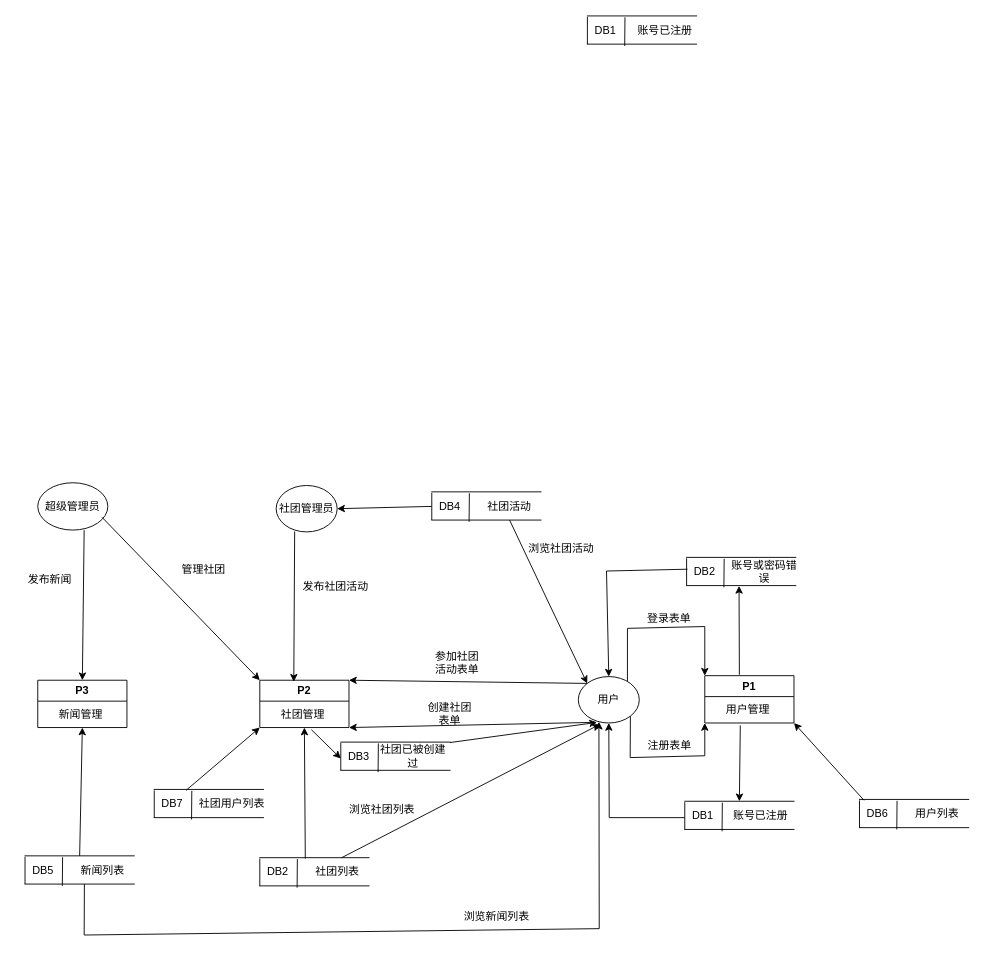
Above: images/学生社团-数据流程图.drawio in biienu/draw-io (draw.io), before the change. Source tidied: cells renumbered, new cells numbered last; positions are measured from the earlier drawing's top-left corner, leaving out a move shared by most shapes. Both pictures are drawn from the tidied source at 91%, with x=0, y=0 at pixel (15, 15).
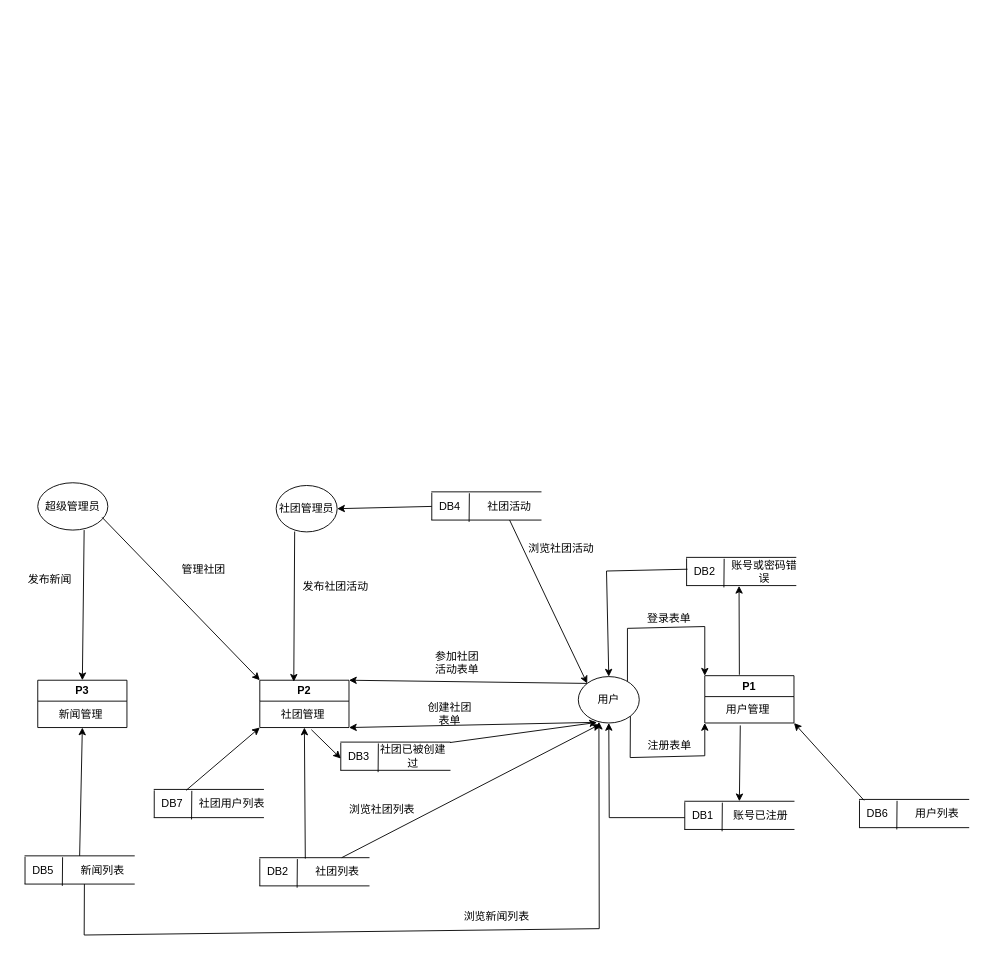
The same page after the edit.

Commit message:
更新学生社团-数据流程图.drawio

What changed in the source:
```diff
@@
-    <mxCell id="12" style="shape=partialRectangle;whiteSpace=wrap;html=1;left=0;right=0;fillColor=none;" parent="1" vertex="1">
-      <mxGeometry x="628" width="120" height="31" as="geometry" />
-    </mxCell>
-    <mxCell id="13" style="endArrow=none;html=1;rounded=0;exitX=0;exitY=1;exitDx=0;exitDy=0;" parent="1" edge="1" source="12">
-      <mxGeometry relative="1" as="geometry">
-        <mxPoint x="628" y="1" as="targetPoint" />
-      </mxGeometry>
-    </mxCell>
-    <mxCell id="14" style="endArrow=none;html=1;rounded=0;entryX=0.344;entryY=0.05;entryDx=0;entryDy=0;entryPerimeter=0;" parent="1" edge="1" target="12">
-      <mxGeometry relative="1" as="geometry">
-        <mxPoint x="669" y="33" as="sourcePoint" />
-      </mxGeometry>
-    </mxCell>
-    <mxCell id="15" value="DB1" style="text;html=1;strokeColor=none;fillColor=none;align=center;verticalAlign=middle;whiteSpace=wrap;rounded=0;" parent="1" vertex="1">
-      <mxGeometry x="618" y="1" width="60" height="30" as="geometry" />
-    </mxCell>
-    <mxCell id="16" value="账号已注册" style="text;html=1;strokeColor=none;fillColor=none;align=center;verticalAlign=middle;whiteSpace=wrap;rounded=0;" parent="1" vertex="1">
-      <mxGeometry x="673" y="1" width="81" height="30" as="geometry" />
-    </mxCell>
```
